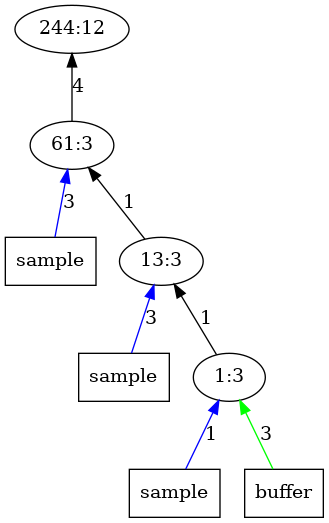
Above: outputImages/op12.png.png in AbhikKhan/MTP_IITG (Graphviz), before the change. Its source is kept beside it as outputTrees/op12.dot. The source it was exported from:
```dot
digraph Tree{
	rankdir="BT"
	1 [label = "244:12"];
	2 -> 1 [label = "4", color = "black"];
	x21 -> 2 [label = "3", color = "blue"];
	x21 [label = "sample", shape = "box"];
	2 [label = "61:3"];
	3 -> 2 [label = "1", color = "black"];
	x31 -> 3 [label = "3", color = "blue"];
	x31 [label = "sample", shape = "box"];
	3 [label = "13:3"];
	4 -> 3 [label = "1", color = "black"];
	x41 -> 4 [label = "1", color = "blue"];
	x41 [label = "sample", shape = "box"];
	x42 -> 4 [label = "3", color = "green"];
	x42 [label = "buffer", shape = "box"];
	4 [label = "1:3"];
}
```
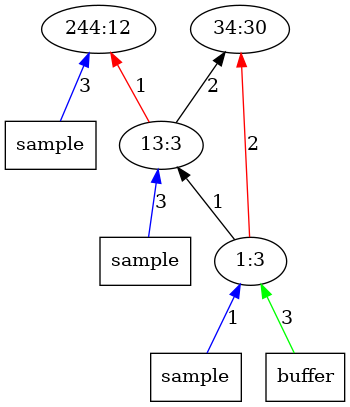
After the commit.

What changed in the source:
```diff
@@ -1,15 +1,16 @@
 digraph Tree{
 	rankdir="BT"
+	x11 -> 1 [label = "3", color = "blue"];
+	x11 [label = "sample", shape = "box"];
 	1 [label = "244:12"];
-	2 -> 1 [label = "4", color = "black"];
-	x21 -> 2 [label = "3", color = "blue"];
-	x21 [label = "sample", shape = "box"];
-	2 [label = "61:3"];
-	3 -> 2 [label = "1", color = "black"];
+	2 [label = "34:30"];
+	3 -> 1 [label = "1", color = "red"];
+	3 -> 2 [label = "2", color = "black"];
 	x31 -> 3 [label = "3", color = "blue"];
 	x31 [label = "sample", shape = "box"];
 	3 [label = "13:3"];
 	4 -> 3 [label = "1", color = "black"];
+	4 -> 2 [label = "2", color = "red"];
 	x41 -> 4 [label = "1", color = "blue"];
 	x41 [label = "sample", shape = "box"];
 	x42 -> 4 [label = "3", color = "green"];
```
